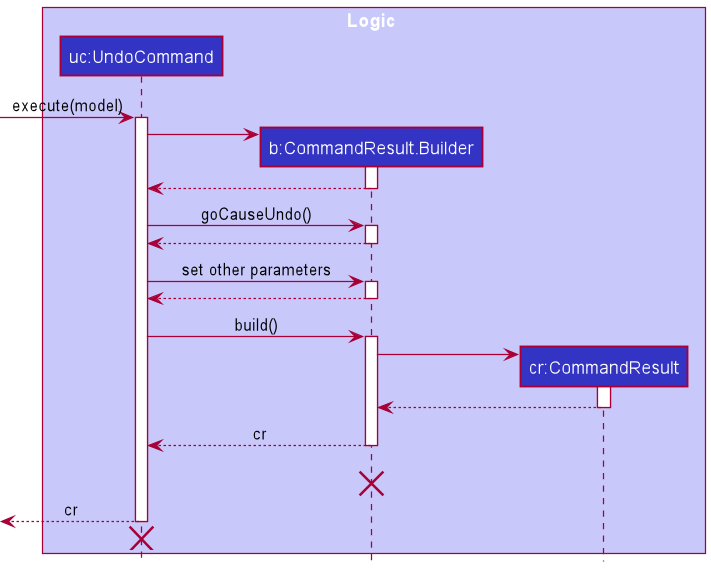
Earlier version of the PlantUML export docs/images/UndoCommandResultBuilderSequenceDiagram.png (thanwinnikki/tp). Source of this version:
```plantuml
@startuml
!include style.puml

box Logic LOGIC_COLOR_T1
participant "uc:UndoCommand" as UndoCommand LOGIC_COLOR
participant "b:CommandResult.Builder" as CommandResult.Builder LOGIC_COLOR
participant "cr:CommandResult" as CommandResult LOGIC_COLOR
end box

[-> UndoCommand : execute(model)
activate UndoCommand

create CommandResult.Builder
UndoCommand -> CommandResult.Builder
activate CommandResult.Builder

CommandResult.Builder --> UndoCommand
deactivate CommandResult.Builder

UndoCommand -> CommandResult.Builder : goCauseUndo()
activate CommandResult.Builder

CommandResult.Builder --> UndoCommand
deactivate CommandResult.Builder

UndoCommand -> CommandResult.Builder : set other parameters
activate CommandResult.Builder

CommandResult.Builder --> UndoCommand
deactivate CommandResult.Builder

UndoCommand -> CommandResult.Builder : build()
activate CommandResult.Builder

create CommandResult
CommandResult.Builder -> CommandResult
activate CommandResult

CommandResult --> CommandResult.Builder
deactivate

CommandResult.Builder --> UndoCommand : cr
deactivate CommandResult.Builder
CommandResult.Builder -[hidden]-> UndoCommand : result
destroy CommandResult.Builder

[<-- UndoCommand : cr
deactivate UndoCommand
[<-[hidden]- UndoCommand
destroy UndoCommand
@enduml
```
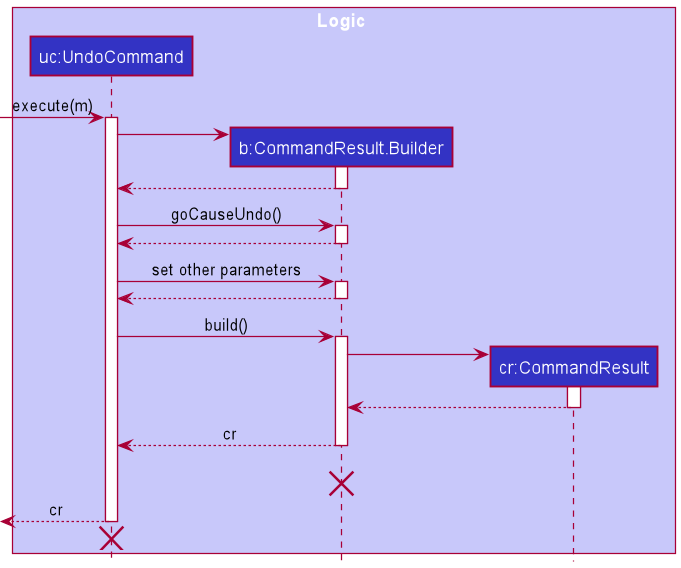
The same diagram one commit later.

Commit message:
Fix undo-related sequence diagrams

Change to the diagram source:
```diff
@@ -7,7 +7,7 @@
 participant "cr:CommandResult" as CommandResult LOGIC_COLOR
 end box
 
-[-> UndoCommand : execute(model)
+[-> UndoCommand : execute(m)
 activate UndoCommand
 
 create CommandResult.Builder
```
